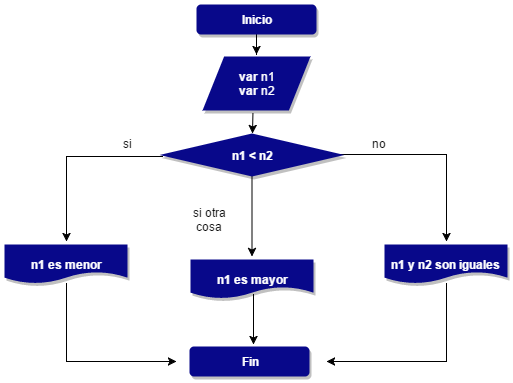
Earlier version of the draw.io export ejercicio2-ElNumeroMasGrande/eje2.png (VegaRuth/CondicionalesSimplesYMultiples). Source tidied: cells renumbered, new cells last; positions are measured from the earlier drawing's top-left corner, leaving out a move shared by most shapes.
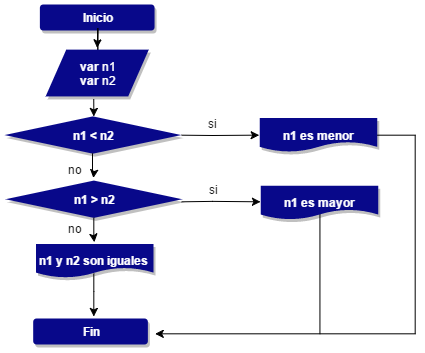
The same file after the commit.

Diff of the diagram source:
```diff
@@ -2,96 +2,204 @@
   <root>
     <mxCell id="0" />
     <mxCell id="1" parent="0" />
-    <mxCell id="2" style="edgeStyle=orthogonalEdgeStyle;rounded=0;html=1;jettySize=auto;" parent="1" edge="1" source="3">
-      <mxGeometry x="-670" y="70" as="geometry">
-        <mxPoint x="252" y="50" as="targetPoint" />
-      </mxGeometry>
+    <mxCell id="2" style="group;" parent="1" vertex="1">
+      <mxGeometry x="139" y="-5" width="411" height="340" as="geometry" />
     </mxCell>
-    <mxCell id="3" value="&lt;b&gt;&lt;font color=&quot;#ffffff&quot;&gt;Inicio&lt;/font&gt;&lt;/b&gt;" style="rounded=1;whiteSpace=wrap;html=1;shadow=1;strokeColor=none;strokeWidth=6;fillColor=#08088A;gradientColor=none;" parent="1" vertex="1">
-      <mxGeometry x="192" width="120" height="30" as="geometry" />
+    <mxCell id="3" value="&lt;b&gt;&lt;font color=&quot;#ffffff&quot;&gt;Inicio&lt;/font&gt;&lt;/b&gt;" style="rounded=1;whiteSpace=wrap;html=1;shadow=1;strokeColor=none;strokeWidth=6;fillColor=#08088A;gradientColor=none;" parent="2" vertex="1">
+      <mxGeometry x="35.4" width="114.7" height="26" as="geometry" />
     </mxCell>
-    <mxCell id="4" value="&lt;font color=&quot;#ffffff&quot;&gt;&lt;b&gt;var&lt;/b&gt; n1&lt;/font&gt;&lt;div&gt;&lt;font color=&quot;#ffffff&quot;&gt;&lt;b&gt;var &lt;/b&gt;n2&lt;/font&gt;&lt;/div&gt;" style="shape=parallelogram;whiteSpace=wrap;html=1;shadow=1;strokeColor=none;strokeWidth=6;fillColor=#08088A;gradientColor=none;" parent="1" vertex="1">
-      <mxGeometry x="198" y="52" width="108" height="54" as="geometry" />
+    <mxCell id="4" style="edgeStyle=orthogonalEdgeStyle;rounded=0;html=1;jettySize=auto;" parent="2" edge="1" source="24">
+      <mxGeometry relative="1" as="geometry">
+        <mxPoint x="92.7" y="43.4" as="targetPoint" />
+      </mxGeometry>
     </mxCell>
-    <mxCell id="5" style="edgeStyle=orthogonalEdgeStyle;rounded=0;html=1;jettySize=auto;orthogonalLoop=1;" parent="1" edge="1">
-      <mxGeometry x="-674" y="149" as="geometry">
-        <mxPoint x="248.4" y="109" as="sourcePoint" />
-        <mxPoint x="248" y="129" as="targetPoint" />
-      </mxGeometry>
+    <mxCell id="5" value="&lt;font color=&quot;#ffffff&quot;&gt;&lt;b&gt;var&lt;/b&gt; n1&lt;/font&gt;&lt;div&gt;&lt;font color=&quot;#ffffff&quot;&gt;&lt;b&gt;var &lt;/b&gt;n2&lt;/font&gt;&lt;/div&gt;" style="shape=parallelogram;whiteSpace=wrap;html=1;shadow=1;strokeColor=none;strokeWidth=6;fillColor=#08088A;gradientColor=none;" parent="2" vertex="1">
+      <mxGeometry x="41.1" y="45.1" width="103.2" height="46.8" as="geometry" />
     </mxCell>
-    <mxCell id="6" style="edgeStyle=orthogonalEdgeStyle;rounded=0;html=1;jettySize=auto;orthogonalLoop=1;" parent="1" edge="1">
-      <mxGeometry x="-860" y="192" as="geometry">
-        <mxPoint x="158" y="152" as="sourcePoint" />
-        <mxPoint x="62" y="237" as="targetPoint" />
-        <Array as="points">
-          <mxPoint x="62" y="152" />
-          <mxPoint x="62" y="237" />
-        </Array>
+    <mxCell id="6" style="edgeStyle=orthogonalEdgeStyle;rounded=0;html=1;jettySize=auto;orthogonalLoop=1;" parent="2" edge="1">
+      <mxGeometry x="88.9" y="94.5" as="geometry">
+        <mxPoint x="89.3" y="94.5" as="sourcePoint" />
+        <mxPoint x="88.9" y="111.9" as="targetPoint" />
       </mxGeometry>
     </mxCell>
-    <mxCell id="7" style="edgeStyle=orthogonalEdgeStyle;rounded=0;html=1;jettySize=auto;exitX=0.923;exitY=0.482;exitPerimeter=0;" parent="1" edge="1" source="9">
-      <mxGeometry x="-596" y="190" as="geometry">
-        <mxPoint x="442" y="237" as="targetPoint" />
-        <Array as="points">
-          <mxPoint x="442" y="150" />
-          <mxPoint x="442" y="237" />
-        </Array>
-      </mxGeometry>
+    <mxCell id="7" value="&lt;font color=&quot;#ffffff&quot;&gt;&lt;b&gt;n1 &amp;lt; n2&lt;/b&gt;&lt;/font&gt;" style="rhombus;whiteSpace=wrap;html=1;shadow=1;strokeColor=none;strokeWidth=6;fillColor=#08088A;gradientColor=none;" parent="2" vertex="1">
+      <mxGeometry y="111.9" width="176.8" height="37.3" as="geometry" />
     </mxCell>
-    <mxCell id="8" style="edgeStyle=orthogonalEdgeStyle;rounded=0;html=1;jettySize=auto;" parent="1" edge="1" source="9">
-      <mxGeometry x="-674.5" y="212" as="geometry">
-        <mxPoint x="247.5" y="252" as="targetPoint" />
+    <mxCell id="8" style="edgeStyle=orthogonalEdgeStyle;rounded=0;html=1;jettySize=auto;exitX=1;exitY=0.5;" parent="2" edge="1" source="28">
+      <mxGeometry relative="1" as="geometry">
+        <mxPoint x="255.2" y="131" as="targetPoint" />
+        <Array as="points">
+          <mxPoint x="207.4" y="131" />
+        </Array>
       </mxGeometry>
     </mxCell>
-    <mxCell id="9" value="&lt;font color=&quot;#ffffff&quot;&gt;&lt;b&gt;n1 &amp;lt; n2&lt;/b&gt;&lt;/font&gt;" style="rhombus;whiteSpace=wrap;html=1;shadow=1;strokeColor=none;strokeWidth=6;fillColor=#08088A;gradientColor=none;" parent="1" vertex="1">
-      <mxGeometry x="155" y="129" width="185" height="43" as="geometry" />
+    <mxCell id="9" value="si" style="text;html=1;strokeColor=none;fillColor=none;align=center;verticalAlign=middle;whiteSpace=wrap;overflow=hidden;shadow=1;" parent="2" vertex="1">
+      <mxGeometry x="188.3" y="110.2" width="38.2" height="17.3" as="geometry" />
     </mxCell>
-    <mxCell id="10" value="si" style="text;html=1;strokeColor=none;fillColor=none;align=center;verticalAlign=middle;whiteSpace=wrap;overflow=hidden;shadow=1;" parent="1" vertex="1">
-      <mxGeometry x="102" y="129" width="40" height="20" as="geometry" />
+    <mxCell id="10" value="no" style="text;html=1;strokeColor=none;fillColor=none;align=center;verticalAlign=middle;whiteSpace=wrap;overflow=hidden;shadow=1;" parent="2" vertex="1">
+      <mxGeometry x="50.7" y="156.1" width="38.2" height="17.3" as="geometry" />
     </mxCell>
-    <mxCell id="11" value="no" style="text;html=1;strokeColor=none;fillColor=none;align=center;verticalAlign=middle;whiteSpace=wrap;overflow=hidden;shadow=1;" parent="1" vertex="1">
-      <mxGeometry x="354" y="129" width="40" height="20" as="geometry" />
+    <mxCell id="11" style="edgeStyle=orthogonalEdgeStyle;rounded=0;html=1;jettySize=auto;" parent="2" edge="1" source="33">
+      <mxGeometry relative="1" as="geometry">
+        <mxPoint x="150.1" y="329.6" as="targetPoint" />
+        <Array as="points">
+          <mxPoint x="411" y="131" />
+          <mxPoint x="411" y="329.6" />
+        </Array>
+      </mxGeometry>
     </mxCell>
-    <mxCell id="12" style="edgeStyle=orthogonalEdgeStyle;rounded=0;html=1;jettySize=auto;" parent="1" edge="1" source="13">
-      <mxGeometry x="-860" y="319" as="geometry">
-        <mxPoint x="172" y="357" as="targetPoint" />
-        <Array as="points">
-          <mxPoint x="62" y="357" />
-        </Array>
-      </mxGeometry>
+    <mxCell id="12" value="&lt;font color=&quot;#ffffff&quot;&gt;&lt;b&gt;n1 es menor&lt;/b&gt;&lt;/font&gt;" style="shape=document;whiteSpace=wrap;html=1;shadow=1;strokeColor=none;strokeWidth=6;fillColor=#08088A;gradientColor=none;" parent="2" vertex="1">
+      <mxGeometry x="255.2" y="113.6" width="117.6" height="33.8" as="geometry" />
     </mxCell>
-    <mxCell id="13" value="&lt;font color=&quot;#ffffff&quot;&gt;&lt;b&gt;n1 es menor&lt;/b&gt;&lt;/font&gt;" style="shape=document;whiteSpace=wrap;html=1;shadow=1;strokeColor=none;strokeWidth=6;fillColor=#08088A;gradientColor=none;" parent="1" vertex="1">
-      <mxGeometry y="240" width="123" height="39" as="geometry" />
+    <mxCell id="13" value="&lt;font color=&quot;#ffffff&quot;&gt;&lt;b&gt;n1 y n2 son iguales&amp;nbsp;&lt;/b&gt;&lt;/font&gt;" style="shape=document;whiteSpace=wrap;html=1;shadow=1;strokeColor=none;strokeWidth=6;fillColor=#08088A;gradientColor=none;" parent="2" vertex="1">
+      <mxGeometry x="31.5" y="239.4" width="117.6" height="33.8" as="geometry" />
     </mxCell>
-    <mxCell id="14" style="edgeStyle=orthogonalEdgeStyle;rounded=0;html=1;jettySize=auto;" parent="1" edge="1" source="15">
-      <mxGeometry x="-600" y="319" as="geometry">
-        <mxPoint x="322" y="357" as="targetPoint" />
-        <Array as="points">
-          <mxPoint x="442" y="357" />
-        </Array>
-      </mxGeometry>
+    <mxCell id="14" value="&lt;font color=&quot;#ffffff&quot;&gt;&lt;b&gt;Fin&lt;/b&gt;&lt;/font&gt;" style="rounded=1;whiteSpace=wrap;html=1;shadow=1;strokeColor=none;strokeWidth=6;fillColor=#08088A;gradientColor=none;" parent="2" vertex="1">
+      <mxGeometry x="28.7" y="314" width="114.7" height="26" as="geometry" />
     </mxCell>
-    <mxCell id="15" value="&lt;font color=&quot;#ffffff&quot;&gt;&lt;b&gt;n1 y n2 son iguales&amp;nbsp;&lt;/b&gt;&lt;/font&gt;" style="shape=document;whiteSpace=wrap;html=1;shadow=1;strokeColor=none;strokeWidth=6;fillColor=#08088A;gradientColor=none;" parent="1" vertex="1">
-      <mxGeometry x="380" y="240" width="123" height="39" as="geometry" />
+    <mxCell id="15" style="edgeStyle=orthogonalEdgeStyle;rounded=0;html=1;jettySize=auto;" parent="2" edge="1" source="28">
+      <mxGeometry relative="1" as="geometry">
+        <mxPoint x="88.9" y="173.5" as="targetPoint" />
+      </mxGeometry>
     </mxCell>
-    <mxCell id="16" value="&lt;font color=&quot;#ffffff&quot;&gt;&lt;b&gt;Fin&lt;/b&gt;&lt;/font&gt;" style="rounded=1;whiteSpace=wrap;html=1;shadow=1;strokeColor=none;strokeWidth=6;fillColor=#08088A;gradientColor=none;" parent="1" vertex="1">
-      <mxGeometry x="185" y="342" width="120" height="30" as="geometry" />
+    <mxCell id="16" style="edgeStyle=orthogonalEdgeStyle;rounded=0;html=1;jettySize=auto;orthogonalLoop=1;endArrow=none;endFill=0;" parent="2" edge="1">
+      <mxGeometry relative="1" as="geometry">
+        <mxPoint x="315.4" y="206.4" as="sourcePoint" />
+        <mxPoint x="315.4" y="329.6" as="targetPoint" />
+      </mxGeometry>
     </mxCell>
-    <mxCell id="17" value="&lt;font color=&quot;#ffffff&quot;&gt;&lt;b&gt;n1 es mayor&lt;/b&gt;&lt;/font&gt;" style="shape=document;whiteSpace=wrap;html=1;shadow=1;strokeColor=none;strokeWidth=6;fillColor=#08088A;gradientColor=none;" parent="1" vertex="1">
-      <mxGeometry x="186" y="255" width="123" height="39" as="geometry" />
+    <mxCell id="17" value="&lt;font color=&quot;#ffffff&quot;&gt;&lt;b&gt;n1 es mayor&lt;/b&gt;&lt;/font&gt;" style="shape=document;whiteSpace=wrap;html=1;shadow=1;strokeColor=none;strokeWidth=6;fillColor=#08088A;gradientColor=none;" parent="2" vertex="1">
+      <mxGeometry x="256.2" y="181.3" width="117.6" height="33.8" as="geometry" />
     </mxCell>
-    <mxCell id="18" style="edgeStyle=orthogonalEdgeStyle;rounded=0;html=1;jettySize=auto;orthogonalLoop=1;" parent="1" edge="1">
-      <mxGeometry x="-673.5" y="330" as="geometry">
-        <mxPoint x="249" y="290" as="sourcePoint" />
-        <mxPoint x="249" y="340" as="targetPoint" />
+    <mxCell id="18" style="edgeStyle=orthogonalEdgeStyle;rounded=0;html=1;jettySize=auto;orthogonalLoop=1;" parent="2" edge="1">
+      <mxGeometry x="89.4" y="268.9" as="geometry">
+        <mxPoint x="89.8" y="268.9" as="sourcePoint" />
+        <mxPoint x="89.8" y="312.2" as="targetPoint" />
         <Array as="points">
-          <mxPoint x="249" y="310" />
-          <mxPoint x="249" y="310" />
+          <mxPoint x="89.8" y="286.2" />
         </Array>
       </mxGeometry>
     </mxCell>
-    <mxCell id="19" value="si otra cosa" style="text;html=1;strokeColor=none;fillColor=none;align=center;verticalAlign=middle;whiteSpace=wrap;overflow=hidden;shadow=1;" parent="1" vertex="1">
-      <mxGeometry x="185" y="200" width="40" height="30" as="geometry" />
+    <mxCell id="19" value="&lt;font color=&quot;#ffffff&quot;&gt;&lt;b&gt;n1 &amp;gt; n2&lt;/b&gt;&lt;/font&gt;" style="rhombus;whiteSpace=wrap;html=1;shadow=1;strokeColor=none;strokeWidth=6;fillColor=#08088A;gradientColor=none;" parent="2" vertex="1">
+      <mxGeometry x="1" y="176.1" width="176.8" height="37.3" as="geometry" />
     </mxCell>
+    <mxCell id="20" style="edgeStyle=orthogonalEdgeStyle;rounded=0;html=1;jettySize=auto;" parent="2" edge="1" source="40">
+      <mxGeometry x="89.8" y="213.3" as="geometry">
+        <mxPoint x="89.8" y="237.7" as="targetPoint" />
+      </mxGeometry>
+    </mxCell>
+    <mxCell id="21" value="no" style="text;html=1;strokeColor=none;fillColor=none;align=center;verticalAlign=middle;whiteSpace=wrap;overflow=hidden;shadow=1;" parent="2" vertex="1">
+      <mxGeometry x="50.7" y="215.1" width="38.2" height="17.3" as="geometry" />
+    </mxCell>
+    <mxCell id="22" style="edgeStyle=orthogonalEdgeStyle;rounded=0;html=1;jettySize=auto;orthogonalLoop=1;exitX=1;exitY=0.5;" parent="2" edge="1">
+      <mxGeometry x="177.8" y="196.9" as="geometry">
+        <mxPoint x="177.8" y="196.9" as="sourcePoint" />
+        <mxPoint x="256.2" y="196.9" as="targetPoint" />
+        <Array as="points">
+          <mxPoint x="208.4" y="196.9" />
+        </Array>
+      </mxGeometry>
+    </mxCell>
+    <mxCell id="23" value="si" style="text;html=1;strokeColor=none;fillColor=none;align=center;verticalAlign=middle;whiteSpace=wrap;overflow=hidden;shadow=1;" parent="2" vertex="1">
+      <mxGeometry x="189.3" y="176.1" width="38.2" height="17.3" as="geometry" />
+    </mxCell>
+    <mxCell id="24" value="&lt;b&gt;&lt;font color=&quot;#ffffff&quot;&gt;Inicio&lt;/font&gt;&lt;/b&gt;" style="rounded=1;whiteSpace=wrap;html=1;shadow=1;strokeColor=none;strokeWidth=6;fillColor=#08088A;gradientColor=none;" parent="1" vertex="1">
+      <mxGeometry x="174.4" y="-5" width="114.7" height="26" as="geometry" />
+    </mxCell>
+    <mxCell id="25" style="edgeStyle=orthogonalEdgeStyle;rounded=0;html=1;jettySize=auto;" parent="1" edge="1" source="24">
+      <mxGeometry x="-690.3" y="59" as="geometry">
+        <mxPoint x="231.7" y="38.4" as="targetPoint" />
+      </mxGeometry>
+    </mxCell>
+    <mxCell id="26" value="&lt;font color=&quot;#ffffff&quot;&gt;&lt;b&gt;var&lt;/b&gt; n1&lt;/font&gt;&lt;div&gt;&lt;font color=&quot;#ffffff&quot;&gt;&lt;b&gt;var &lt;/b&gt;n2&lt;/font&gt;&lt;/div&gt;" style="shape=parallelogram;whiteSpace=wrap;html=1;shadow=1;strokeColor=none;strokeWidth=6;fillColor=#08088A;gradientColor=none;" parent="1" vertex="1">
+      <mxGeometry x="180.1" y="40.1" width="103.2" height="46.8" as="geometry" />
+    </mxCell>
+    <mxCell id="27" style="edgeStyle=orthogonalEdgeStyle;rounded=0;html=1;jettySize=auto;orthogonalLoop=1;" parent="1" edge="1">
+      <mxGeometry x="88.9" y="94.5" as="geometry">
+        <mxPoint x="228.3" y="89.5" as="sourcePoint" />
+        <mxPoint x="228.3" y="107" as="targetPoint" />
+      </mxGeometry>
+    </mxCell>
+    <mxCell id="28" value="&lt;font color=&quot;#ffffff&quot;&gt;&lt;b&gt;n1 &amp;lt; n2&lt;/b&gt;&lt;/font&gt;" style="rhombus;whiteSpace=wrap;html=1;shadow=1;strokeColor=none;strokeWidth=6;fillColor=#08088A;gradientColor=none;" parent="1" vertex="1">
+      <mxGeometry x="139" y="106.9" width="176.8" height="37.3" as="geometry" />
+    </mxCell>
+    <mxCell id="29" style="edgeStyle=orthogonalEdgeStyle;rounded=0;html=1;jettySize=auto;exitX=1;exitY=0.5;" parent="1" edge="1" source="28">
+      <mxGeometry x="-605.7" y="165.7" as="geometry">
+        <mxPoint x="393.7" y="125.7" as="targetPoint" />
+        <Array as="points">
+          <mxPoint x="346.4" y="126" />
+        </Array>
+      </mxGeometry>
+    </mxCell>
+    <mxCell id="30" value="si" style="text;html=1;strokeColor=none;fillColor=none;align=center;verticalAlign=middle;whiteSpace=wrap;overflow=hidden;shadow=1;" parent="1" vertex="1">
+      <mxGeometry x="327.3" y="105.2" width="38.2" height="17.3" as="geometry" />
+    </mxCell>
+    <mxCell id="31" value="no" style="text;html=1;strokeColor=none;fillColor=none;align=center;verticalAlign=middle;whiteSpace=wrap;overflow=hidden;shadow=1;" parent="1" vertex="1">
+      <mxGeometry x="189.7" y="151.1" width="38.2" height="17.3" as="geometry" />
+    </mxCell>
+    <mxCell id="32" style="edgeStyle=orthogonalEdgeStyle;rounded=0;html=1;jettySize=auto;" parent="1" edge="1" source="33">
+      <mxGeometry x="-632.3" y="165.7" as="geometry">
+        <mxPoint x="289.7" y="324.3" as="targetPoint" />
+        <Array as="points">
+          <mxPoint x="550" y="126" />
+          <mxPoint x="550" y="324.6" />
+        </Array>
+      </mxGeometry>
+    </mxCell>
+    <mxCell id="33" value="&lt;font color=&quot;#ffffff&quot;&gt;&lt;b&gt;n1 es menor&lt;/b&gt;&lt;/font&gt;" style="shape=document;whiteSpace=wrap;html=1;shadow=1;strokeColor=none;strokeWidth=6;fillColor=#08088A;gradientColor=none;" parent="1" vertex="1">
+      <mxGeometry x="394.2" y="108.6" width="117.6" height="33.8" as="geometry" />
+    </mxCell>
+    <mxCell id="34" value="&lt;font color=&quot;#ffffff&quot;&gt;&lt;b&gt;n1 y n2 son iguales&amp;nbsp;&lt;/b&gt;&lt;/font&gt;" style="shape=document;whiteSpace=wrap;html=1;shadow=1;strokeColor=none;strokeWidth=6;fillColor=#08088A;gradientColor=none;" parent="1" vertex="1">
+      <mxGeometry x="170.5" y="234.4" width="117.6" height="33.8" as="geometry" />
+    </mxCell>
+    <mxCell id="35" value="&lt;font color=&quot;#ffffff&quot;&gt;&lt;b&gt;Fin&lt;/b&gt;&lt;/font&gt;" style="rounded=1;whiteSpace=wrap;html=1;shadow=1;strokeColor=none;strokeWidth=6;fillColor=#08088A;gradientColor=none;" parent="1" vertex="1">
+      <mxGeometry x="167.7" y="309" width="114.7" height="26" as="geometry" />
+    </mxCell>
+    <mxCell id="36" style="edgeStyle=orthogonalEdgeStyle;rounded=0;html=1;jettySize=auto;" parent="1" edge="1" source="28">
+      <mxGeometry x="-695" y="184.1" as="geometry">
+        <mxPoint x="227.9" y="168.5" as="targetPoint" />
+      </mxGeometry>
+    </mxCell>
+    <mxCell id="37" style="edgeStyle=orthogonalEdgeStyle;rounded=0;html=1;jettySize=auto;orthogonalLoop=1;endArrow=none;endFill=0;" parent="1" edge="1">
+      <mxGeometry x="-467.6" y="241.4" as="geometry">
+        <mxPoint x="454.4" y="201.4" as="sourcePoint" />
+        <mxPoint x="454.4" y="324.6" as="targetPoint" />
+      </mxGeometry>
+    </mxCell>
+    <mxCell id="38" value="&lt;font color=&quot;#ffffff&quot;&gt;&lt;b&gt;n1 es mayor&lt;/b&gt;&lt;/font&gt;" style="shape=document;whiteSpace=wrap;html=1;shadow=1;strokeColor=none;strokeWidth=6;fillColor=#08088A;gradientColor=none;" parent="1" vertex="1">
+      <mxGeometry x="395.2" y="176.3" width="117.6" height="33.8" as="geometry" />
+    </mxCell>
+    <mxCell id="39" style="edgeStyle=orthogonalEdgeStyle;rounded=0;html=1;jettySize=auto;orthogonalLoop=1;" parent="1" edge="1">
+      <mxGeometry x="89.4" y="268.9" as="geometry">
+        <mxPoint x="228.3" y="264.3" as="sourcePoint" />
+        <mxPoint x="228.3" y="307" as="targetPoint" />
+        <Array as="points">
+          <mxPoint x="228.8" y="281.2" />
+        </Array>
+      </mxGeometry>
+    </mxCell>
+    <mxCell id="40" value="&lt;font color=&quot;#ffffff&quot;&gt;&lt;b&gt;n1 &amp;gt; n2&lt;/b&gt;&lt;/font&gt;" style="rhombus;whiteSpace=wrap;html=1;shadow=1;strokeColor=none;strokeWidth=6;fillColor=#08088A;gradientColor=none;" parent="1" vertex="1">
+      <mxGeometry x="140" y="171.1" width="176.8" height="37.3" as="geometry" />
+    </mxCell>
+    <mxCell id="41" style="edgeStyle=orthogonalEdgeStyle;rounded=0;html=1;jettySize=auto;" parent="1" edge="1" source="40">
+      <mxGeometry x="89.8" y="213.3" as="geometry">
+        <mxPoint x="228.8" y="232.7" as="targetPoint" />
+      </mxGeometry>
+    </mxCell>
+    <mxCell id="42" value="no" style="text;html=1;strokeColor=none;fillColor=none;align=center;verticalAlign=middle;whiteSpace=wrap;overflow=hidden;shadow=1;" parent="1" vertex="1">
+      <mxGeometry x="189.7" y="210.1" width="38.2" height="17.3" as="geometry" />
+    </mxCell>
+    <mxCell id="43" style="edgeStyle=orthogonalEdgeStyle;rounded=0;html=1;jettySize=auto;orthogonalLoop=1;exitX=1;exitY=0.5;" parent="1" edge="1">
+      <mxGeometry x="177.8" y="196.9" as="geometry">
+        <mxPoint x="316.3" y="192.3" as="sourcePoint" />
+        <mxPoint x="395" y="192.3" as="targetPoint" />
+        <Array as="points">
+          <mxPoint x="347.4" y="191.9" />
+        </Array>
+      </mxGeometry>
+    </mxCell>
+    <mxCell id="44" value="si" style="text;html=1;strokeColor=none;fillColor=none;align=center;verticalAlign=middle;whiteSpace=wrap;overflow=hidden;shadow=1;" parent="1" vertex="1">
+      <mxGeometry x="328.3" y="171.1" width="38.2" height="17.3" as="geometry" />
+    </mxCell>
   </root>
 </mxGraphModel>
```
